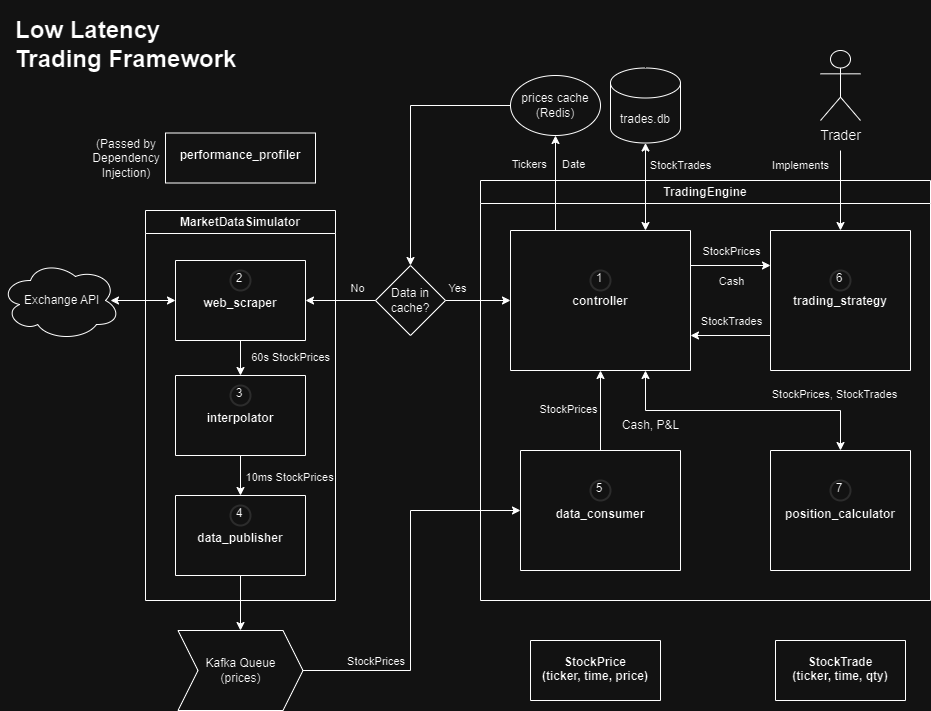
Above: imgs/LLTF.drawio.png in Erik-Kelemen/Low-Latency-Trading-Framework (draw.io), before the change. Source tidied: cells renumbered, new cells last; positions are measured from the earlier drawing's top-left corner, leaving out a move shared by most shapes.
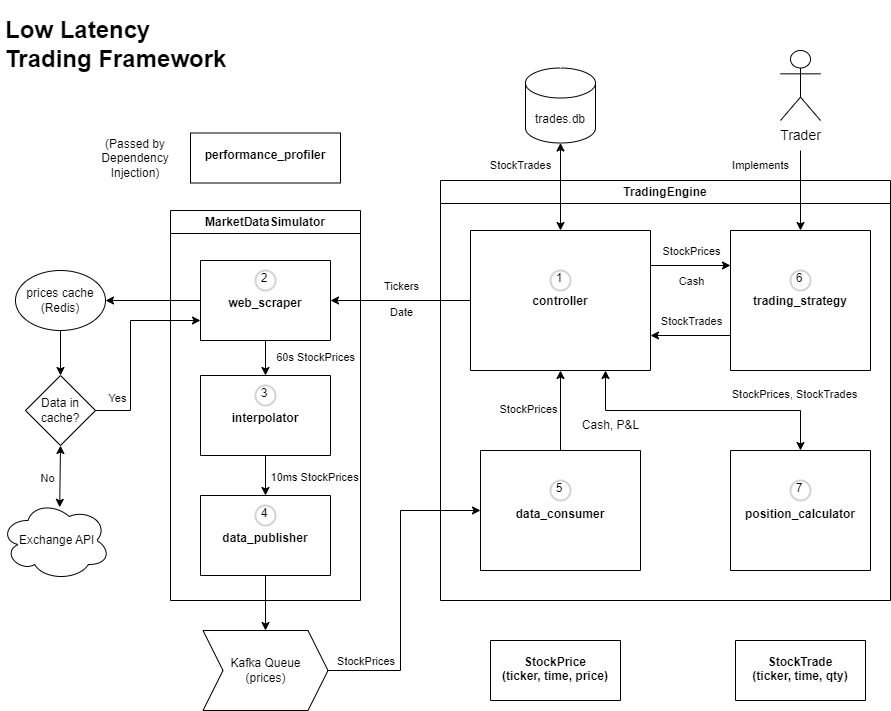
The same file after the commit.

Change to the diagram source:
```diff
@@ -75,7 +75,7 @@
       </mxGeometry>
     </mxCell>
     <mxCell id="21" value="MarketDataSimulator" style="swimlane;whiteSpace=wrap;html=1;labelBackgroundColor=none;fillOpacity=0;" parent="1" vertex="1">
-      <mxGeometry x="145" y="200" width="190" height="390" as="geometry" />
+      <mxGeometry x="210" y="200" width="190" height="390" as="geometry" />
     </mxCell>
     <mxCell id="22" value="&#10;&#10;&#10;&#10;&#10;&#10;interpolator" style="swimlane;startSize=0;labelBackgroundColor=none;" parent="21" vertex="1">
       <mxGeometry x="30" y="165" width="130" height="80" as="geometry" />
@@ -120,10 +120,10 @@
       <mxGeometry x="820" y="40" width="40" height="70" as="geometry" />
     </mxCell>
     <mxCell id="34" value="&amp;nbsp;Exchange API" style="ellipse;shape=cloud;whiteSpace=wrap;html=1;labelBackgroundColor=none;fillOpacity=0;" parent="1" vertex="1">
-      <mxGeometry y="250" width="120" height="80" as="geometry" />
+      <mxGeometry x="40" y="490" width="110" height="80" as="geometry" />
     </mxCell>
     <mxCell id="35" value="Kafka Queue&#10;(prices)" style="shape=step;perimeter=stepPerimeter;whiteSpace=wrap;html=1;fixedSize=1;labelBackgroundColor=none;fillOpacity=0;" parent="1" vertex="1">
-      <mxGeometry x="177.5" y="620" width="125" height="80" as="geometry" />
+      <mxGeometry x="242.5" y="620" width="125" height="80" as="geometry" />
     </mxCell>
     <mxCell id="36" style="endArrow=classic;html=1;rounded=0;exitX=0.5;exitY=1;exitDx=0;exitDy=0;entryX=0.5;entryY=0;entryDx=0;entryDy=0;labelBackgroundColor=none;" parent="1" edge="1" source="24" target="35">
       <mxGeometry relative="1" as="geometry" />
@@ -131,28 +131,28 @@
     <mxCell id="37" style="endArrow=classic;html=1;rounded=0;exitX=1;exitY=0.5;exitDx=0;exitDy=0;entryX=0;entryY=0.5;entryDx=0;entryDy=0;labelBackgroundColor=none;" parent="1" edge="1" source="35" target="7">
       <mxGeometry relative="1" as="geometry">
         <Array as="points">
-          <mxPoint x="410" y="660" />
-          <mxPoint x="410" y="500" />
+          <mxPoint x="440" y="660" />
+          <mxPoint x="440" y="500" />
         </Array>
       </mxGeometry>
     </mxCell>
-    <mxCell id="38" style="endArrow=classic;startArrow=classic;html=1;rounded=0;exitX=0.75;exitY=0;exitDx=0;exitDy=0;entryX=0.5;entryY=1;entryDx=0;entryDy=0;entryPerimeter=0;labelBackgroundColor=none;" parent="1" edge="1" source="5" target="39">
+    <mxCell id="38" style="endArrow=classic;startArrow=classic;html=1;rounded=0;entryX=0.5;entryY=1;entryDx=0;entryDy=0;entryPerimeter=0;labelBackgroundColor=none;exitX=0.5;exitY=0;exitDx=0;exitDy=0;" parent="1" edge="1" source="5" target="39">
       <mxGeometry relative="1" as="geometry" />
     </mxCell>
     <mxCell id="39" value="trades.db" style="shape=cylinder3;boundedLbl=1;backgroundOutline=1;size=15;labelBackgroundColor=none;fillOpacity=0;" parent="1" vertex="1">
-      <mxGeometry x="610" y="57.5" width="70" height="75" as="geometry" />
+      <mxGeometry x="565" y="57.5" width="70" height="75" as="geometry" />
     </mxCell>
-    <mxCell id="40" style="endArrow=classic;html=1;rounded=0;labelBackgroundColor=none;exitX=0.25;exitY=0;exitDx=0;exitDy=0;entryX=0.5;entryY=1;entryDx=0;entryDy=0;" parent="1" edge="1" source="5" target="49">
+    <mxCell id="40" style="endArrow=classic;html=1;rounded=0;labelBackgroundColor=none;exitX=0;exitY=0.5;exitDx=0;exitDy=0;entryX=1;entryY=0.5;entryDx=0;entryDy=0;" parent="1" edge="1" source="26" target="49">
       <mxGeometry relative="1" as="geometry" />
     </mxCell>
     <mxCell id="41" value="&#10;&#10;&#10;performance_profiler" style="swimlane;startSize=0;labelBackgroundColor=none;" parent="1" vertex="1">
-      <mxGeometry x="165" y="122.5" width="150" height="50" as="geometry" />
+      <mxGeometry x="230" y="122.5" width="150" height="50" as="geometry" />
     </mxCell>
     <mxCell id="42" value="&lt;h1&gt;Low Latency Trading Framework&lt;/h1&gt;" style="text;html=1;strokeColor=none;fillColor=none;spacing=5;spacingTop=-20;whiteSpace=wrap;overflow=hidden;rounded=0;labelBackgroundColor=none;" parent="1" vertex="1">
-      <mxGeometry x="10" width="232.5" height="80" as="geometry" />
+      <mxGeometry x="40" width="232.5" height="80" as="geometry" />
     </mxCell>
     <mxCell id="43" value="(Passed by Dependency Injection)" style="text;html=1;strokeColor=none;fillColor=none;align=center;verticalAlign=middle;whiteSpace=wrap;rounded=0;labelBackgroundColor=none;" parent="1" vertex="1">
-      <mxGeometry x="96.2" y="132.5" width="60" height="30" as="geometry" />
+      <mxGeometry x="145" y="132.5" width="60" height="30" as="geometry" />
     </mxCell>
     <mxCell id="44" value="&#10;&#10;&#10;&#10;StockPrice &#10;(ticker, time, price)" style="swimlane;startSize=0;labelBackgroundColor=none;" parent="1" vertex="1">
       <mxGeometry x="530" y="630" width="130" height="60" as="geometry" />
@@ -161,54 +161,53 @@
       <mxGeometry x="775" y="630" width="130" height="60" as="geometry" />
     </mxCell>
     <mxCell id="46" value="&lt;font style=&quot;font-size: 11px;&quot;&gt;StockTrades&lt;/font&gt;" style="text;html=1;align=center;verticalAlign=middle;strokeColor=none;fillColor=none;" parent="1" vertex="1">
-      <mxGeometry x="640" y="140" width="80" height="30" as="geometry" />
+      <mxGeometry x="520" y="140" width="80" height="30" as="geometry" />
     </mxCell>
     <mxCell id="47" value="&lt;font style=&quot;font-size: 11px;&quot;&gt;Implements&lt;/font&gt;" style="text;html=1;align=center;verticalAlign=middle;strokeColor=none;fillColor=none;" parent="1" vertex="1">
       <mxGeometry x="760" y="140" width="80" height="30" as="geometry" />
     </mxCell>
     <mxCell id="48" value="&amp;nbsp; &amp;nbsp;StockPrices" style="edgeLabel;html=1;align=center;verticalAlign=middle;labelBackgroundColor=none;" parent="1" vertex="1">
-      <mxGeometry x="410" y="680" as="geometry">
+      <mxGeometry x="440" y="680" as="geometry">
         <mxPoint x="-40" y="-30" as="offset" />
       </mxGeometry>
     </mxCell>
     <mxCell id="49" value="prices cache&#10;(Redis)" style="ellipse;whiteSpace=wrap;html=1;labelBackgroundColor=none;strokeColor=default;shadow=0;fillOpacity=0;" parent="1" vertex="1">
-      <mxGeometry x="510" y="65" width="90" height="60" as="geometry" />
+      <mxGeometry x="55" y="260" width="90" height="60" as="geometry" />
     </mxCell>
-    <mxCell id="50" style="endArrow=classic;html=1;rounded=0;exitX=0;exitY=0.5;exitDx=0;exitDy=0;entryX=0.5;entryY=0;entryDx=0;entryDy=0;labelBackgroundColor=none;" parent="1" edge="1" source="49" target="51">
-      <mxGeometry relative="1" as="geometry">
-        <Array as="points">
-          <mxPoint x="410" y="95" />
-        </Array>
-      </mxGeometry>
+    <mxCell id="50" style="endArrow=classic;html=1;rounded=0;exitX=0.5;exitY=1;exitDx=0;exitDy=0;entryX=0.5;entryY=0;entryDx=0;entryDy=0;labelBackgroundColor=none;" parent="1" edge="1" source="49" target="51">
+      <mxGeometry relative="1" as="geometry" />
     </mxCell>
     <mxCell id="51" value="Data in cache?" style="rhombus;whiteSpace=wrap;html=1;labelBackgroundColor=none;fillOpacity=0;" parent="1" vertex="1">
-      <mxGeometry x="375" y="255" width="70" height="70" as="geometry" />
+      <mxGeometry x="65" y="365" width="70" height="70" as="geometry" />
     </mxCell>
-    <mxCell id="52" style="endArrow=classic;html=1;rounded=0;exitX=1;exitY=0.5;exitDx=0;exitDy=0;entryX=0;entryY=0.5;entryDx=0;entryDy=0;" parent="1" edge="1" source="51" target="5">
-      <mxGeometry relative="1" as="geometry" />
+    <mxCell id="52" style="endArrow=classic;html=1;rounded=0;exitX=1;exitY=0.5;exitDx=0;exitDy=0;entryX=0;entryY=0.75;entryDx=0;entryDy=0;" parent="1" edge="1" source="51" target="26">
+      <mxGeometry relative="1" as="geometry">
+        <Array as="points">
+          <mxPoint x="170" y="400" />
+          <mxPoint x="170" y="310" />
+        </Array>
+      </mxGeometry>
     </mxCell>
-    <mxCell id="53" value="Tickers&amp;nbsp; &amp;nbsp; &amp;nbsp;Date" style="edgeLabel;html=1;align=center;verticalAlign=middle;labelBackgroundColor=none;" parent="1" vertex="1">
-      <mxGeometry x="530" y="155" as="geometry">
-        <mxPoint x="17" y="-2" as="offset" />
+    <mxCell id="53" value="Tickers&lt;br&gt;&lt;br&gt;Date" style="edgeLabel;html=1;align=center;verticalAlign=middle;labelBackgroundColor=none;" parent="1" vertex="1">
+      <mxGeometry x="420" y="280" as="geometry">
+        <mxPoint x="20" y="8" as="offset" />
       </mxGeometry>
     </mxCell>
     <mxCell id="54" value="No" style="edgeLabel;html=1;align=center;verticalAlign=middle;labelBackgroundColor=none;" parent="1" vertex="1">
-      <mxGeometry x="380" y="340" as="geometry">
+      <mxGeometry x="110" y="530" as="geometry">
         <mxPoint x="-24" y="-63" as="offset" />
       </mxGeometry>
     </mxCell>
     <mxCell id="55" value="Yes" style="edgeLabel;html=1;align=center;verticalAlign=middle;labelBackgroundColor=none;" parent="1" vertex="1">
-      <mxGeometry x="480" y="340" as="geometry">
+      <mxGeometry x="180" y="450" as="geometry">
         <mxPoint x="-24" y="-63" as="offset" />
       </mxGeometry>
     </mxCell>
-    <mxCell id="56" style="endArrow=classic;html=1;rounded=0;exitX=0;exitY=0.5;exitDx=0;exitDy=0;entryX=1;entryY=0.5;entryDx=0;entryDy=0;" parent="1" edge="1" source="51" target="26">
-      <mxGeometry relative="1" as="geometry" />
-    </mxCell>
-    <mxCell id="57" style="endArrow=classic;startArrow=classic;html=1;rounded=0;exitX=0;exitY=0.5;exitDx=0;exitDy=0;" parent="1" edge="1" source="26">
-      <mxGeometry relative="1" as="geometry">
-        <mxPoint x="110" y="290" as="targetPoint" />
-      </mxGeometry>
-    </mxCell>
+    <mxCell id="58" style="endArrow=classic;html=1;rounded=0;exitX=0;exitY=0.5;exitDx=0;exitDy=0;" parent="1" edge="1" source="5" target="26">
+      <mxGeometry relative="1" as="geometry" />
+    </mxCell>
+    <mxCell id="59" style="endArrow=classic;startArrow=classic;html=1;rounded=0;fontFamily=Helvetica;fontSize=12;fontColor=default;exitX=0.5;exitY=1;exitDx=0;exitDy=0;entryX=0.538;entryY=0.085;entryDx=0;entryDy=0;entryPerimeter=0;" parent="1" edge="1" source="51" target="34">
+      <mxGeometry relative="1" as="geometry" />
+    </mxCell>
   </root>
 </mxGraphModel>
```
